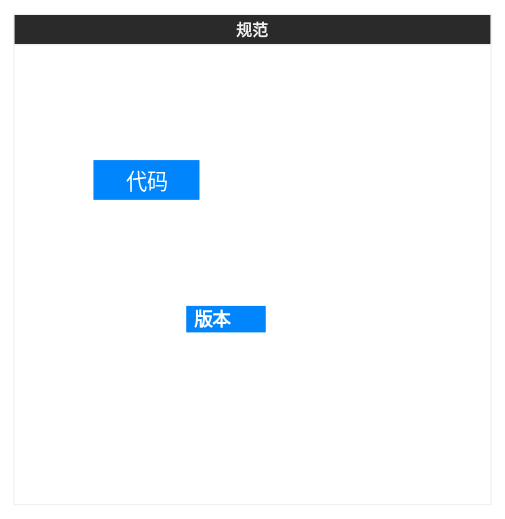
Above: 笔记/前端/工程化/Untitled Diagram.svg in Echo-Yanglulu/obsidianPrivateNote (draw.io), before the change. Source tidied: cells renumbered, new cells last; positions are measured from the earlier drawing's top-left corner, leaving out a move shared by most shapes.
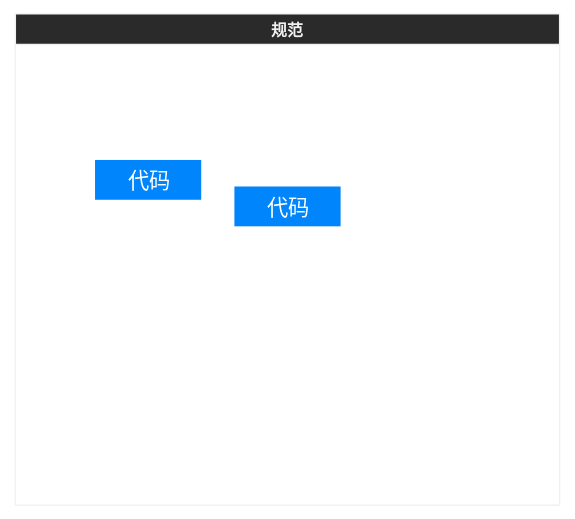
Above is the later version.

Change to the diagram source:
```diff
@@ -3,13 +3,13 @@
     <mxCell id="0" />
     <mxCell id="1" parent="0" />
     <mxCell id="2" value="规范" style="swimlane;" parent="1" vertex="1">
-      <mxGeometry width="360" height="370" as="geometry" />
+      <mxGeometry width="410" height="370" as="geometry" />
     </mxCell>
     <mxCell id="3" value="代码" style="html=1;shadow=0;dashed=0;shape=mxgraph.bootstrap.rrect;rSize=5;strokeColor=none;strokeWidth=1;fillColor=#0085FC;fontColor=#FFFFFF;whiteSpace=wrap;align=center;verticalAlign=middle;spacingLeft=0;fontStyle=0;fontSize=16;spacing=5;" parent="2" vertex="1">
       <mxGeometry x="60" y="110" width="80" height="30" as="geometry" />
     </mxCell>
-    <mxCell id="4" value="版本" style="html=1;shadow=0;dashed=0;shape=mxgraph.bootstrap.rrect;rSize=5;strokeColor=none;strokeWidth=1;fillColor=#0085FC;fontColor=#FFFFFF;whiteSpace=wrap;align=left;verticalAlign=middle;spacingLeft=0;fontStyle=1;fontSize=14;spacing=5;" parent="2" vertex="1">
-      <mxGeometry x="130" y="220" width="60" height="20" as="geometry" />
-    </mxCell>
+    <mxCell id="5" value="代码" style="html=1;shadow=0;dashed=0;shape=mxgraph.bootstrap.rrect;rSize=5;strokeColor=none;strokeWidth=1;fillColor=#0085FC;fontColor=#FFFFFF;whiteSpace=wrap;align=center;verticalAlign=middle;spacingLeft=0;fontStyle=0;fontSize=16;spacing=5;" parent="2" vertex="1">
+      <mxGeometry x="165" y="130" width="80" height="30" as="geometry" />
+    </mxCell>
   </root>
 </mxGraphModel>
```
